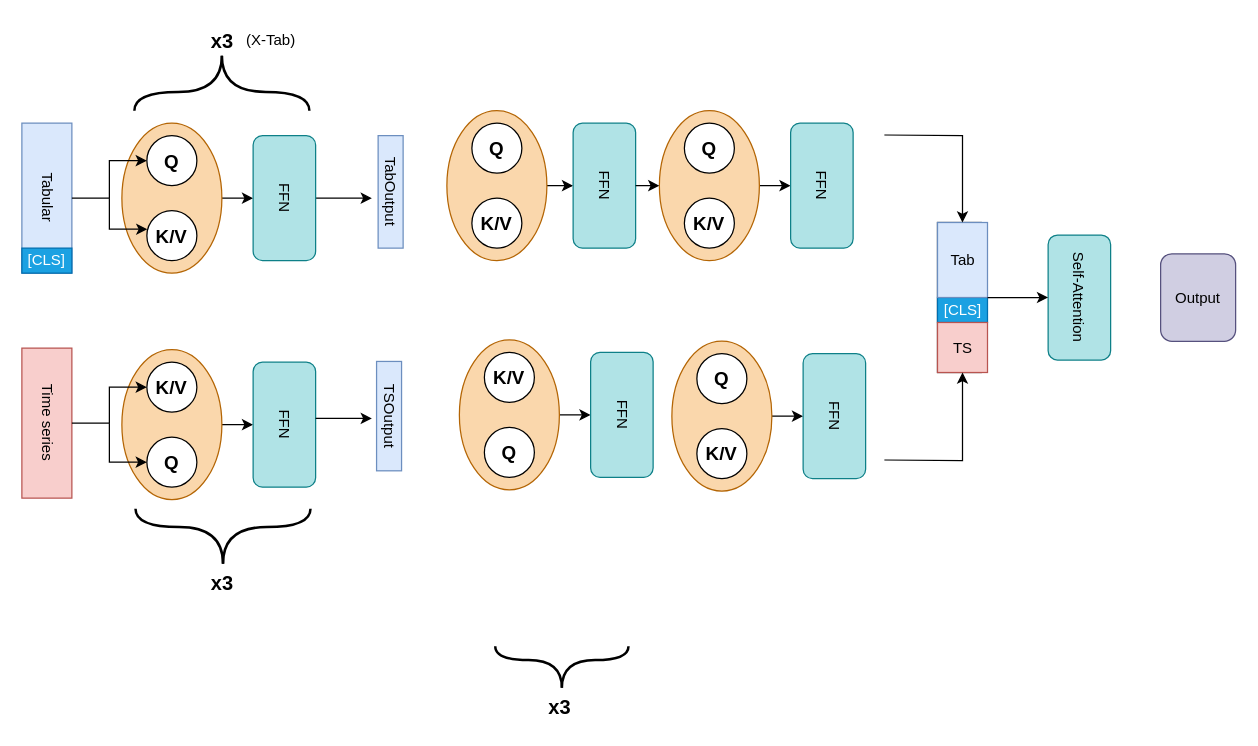
Above: CrossXTab_did.drawio in Jeremstym/MulModVM (draw.io), before the change. Source tidied: cells renumbered, new cells numbered last; positions are measured from the earlier drawing's top-left corner, leaving out a move shared by most shapes. Both pictures are drawn from the tidied source at 125%, with x=0, y=0 at pixel (21, 21).
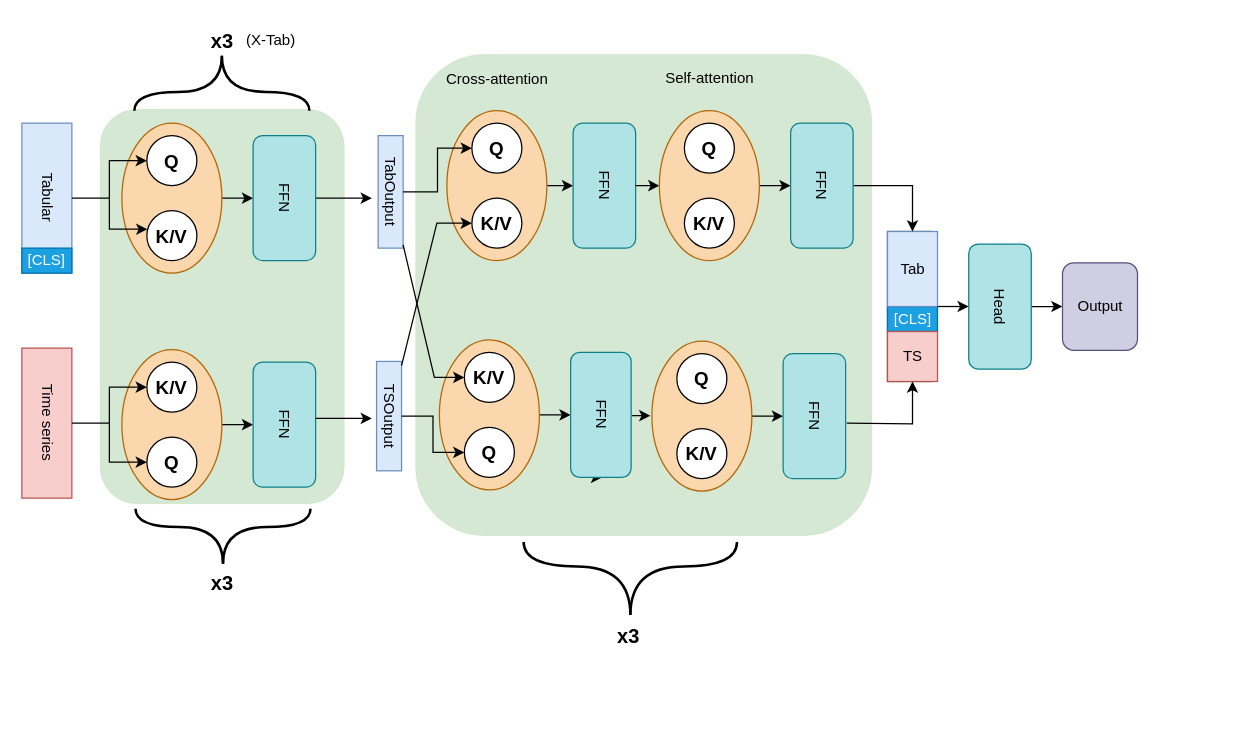
Above is the later version.

Commit message (it also covers changes not shown here):
Mettre à jour CrossXTab_did.drawio

Unchanged cells that the change refers to:
```xml
<mxCell id="16" value="TabOutput" style="rounded=0;whiteSpace=wrap;html=1;rotation=90;fillColor=#dae8fc;strokeColor=#6c8ebf;" parent="1" vertex="1">
  <mxGeometry x="250" y="126" width="90" height="20" as="geometry" />
</mxCell>
<mxCell id="18" value="TSOutput" style="rounded=0;whiteSpace=wrap;html=1;rotation=90;fillColor=#dae8fc;strokeColor=#6c8ebf;" parent="1" vertex="1">
  <mxGeometry x="250" y="305.4" width="87.5" height="20" as="geometry" />
</mxCell>
<mxCell id="44" value="&lt;font size=&quot;1&quot;&gt;&lt;b style=&quot;font-size: 15px;&quot;&gt;Q&lt;/b&gt;&lt;/font&gt;" style="ellipse;whiteSpace=wrap;html=1;" parent="1" vertex="1">
  <mxGeometry x="360" y="81" width="40" height="40" as="geometry" />
</mxCell>
<mxCell id="45" value="&lt;font size=&quot;1&quot;&gt;&lt;b style=&quot;font-size: 15px;&quot;&gt;K/V&lt;/b&gt;&lt;/font&gt;" style="ellipse;whiteSpace=wrap;html=1;" parent="1" vertex="1">
  <mxGeometry x="360" y="141" width="40" height="40" as="geometry" />
</mxCell>
<mxCell id="59" value="FFN" style="rounded=1;whiteSpace=wrap;html=1;rotation=90;fillColor=#b0e3e6;strokeColor=#0e8088;" parent="1" vertex="1">
  <mxGeometry x="590" y="106" width="100" height="50" as="geometry" />
</mxCell>
```

Change to the diagram source:
```diff
@@
+    <mxCell id="68" style="rounded=1;whiteSpace=wrap;html=1;rotation=90;fillColor=#d5e8d4;strokeColor=#82b366;strokeWidth=0;" parent="1" vertex="1">
+      <mxGeometry x="2.5" y="130" width="315.5" height="195.4" as="geometry" />
+    </mxCell>
+    <mxCell id="69" style="rounded=1;whiteSpace=wrap;html=1;rotation=90;fillColor=#d5e8d4;strokeColor=#82b366;strokeWidth=0;" parent="1" vertex="1">
+      <mxGeometry x="305" y="36" width="385" height="365" as="geometry" />
+    </mxCell>
@@
     <mxCell id="19" style="rounded=0;whiteSpace=wrap;html=1;rotation=90;" parent="1" vertex="1">
-      <mxGeometry x="690" y="203" width="120" height="35" as="geometry" />
+      <mxGeometry x="650" y="210.2" width="120" height="35" as="geometry" />
     </mxCell>
     <mxCell id="20" value="[CLS]" style="rounded=0;whiteSpace=wrap;html=1;fillColor=#1ba1e2;fontColor=#ffffff;strokeColor=#006EAF;" parent="1" vertex="1">
-      <mxGeometry x="732.5" y="220.5" width="40" height="20" as="geometry" />
+      <mxGeometry x="692.5" y="227.7" width="40" height="20" as="geometry" />
     </mxCell>
     <mxCell id="21" value="Tab" style="rounded=0;whiteSpace=wrap;html=1;fillColor=#dae8fc;strokeColor=#6c8ebf;" parent="1" vertex="1">
-      <mxGeometry x="732.5" y="160.5" width="40" height="60" as="geometry" />
+      <mxGeometry x="692.5" y="167.7" width="40" height="60" as="geometry" />
     </mxCell>
     <mxCell id="22" value="TS" style="rounded=0;whiteSpace=wrap;html=1;fillColor=#f8cecc;strokeColor=#b85450;" parent="1" vertex="1">
-      <mxGeometry x="732.5" y="240.5" width="40" height="40" as="geometry" />
+      <mxGeometry x="692.5" y="247.7" width="40" height="40" as="geometry" />
     </mxCell>
-    <mxCell id="23" style="endArrow=classic;html=1;rounded=0;edgeStyle=orthogonalEdgeStyle;entryX=0.5;entryY=0;entryDx=0;entryDy=0;" parent="1" edge="1" target="21">
-      <mxGeometry relative="1" as="geometry">
-        <mxPoint x="690" y="90.5" as="sourcePoint" />
-      </mxGeometry>
+    <mxCell id="23" style="endArrow=classic;html=1;rounded=0;edgeStyle=orthogonalEdgeStyle;entryX=0.5;entryY=0;entryDx=0;entryDy=0;exitX=0.5;exitY=0;exitDx=0;exitDy=0;" parent="1" edge="1" source="59" target="21">
+      <mxGeometry relative="1" as="geometry" />
     </mxCell>
     <mxCell id="24" style="endArrow=classic;html=1;rounded=0;edgeStyle=orthogonalEdgeStyle;entryX=0.5;entryY=1;entryDx=0;entryDy=0;" parent="1" edge="1" target="22">
       <mxGeometry relative="1" as="geometry">
-        <mxPoint x="690" y="350.5" as="sourcePoint" />
+        <mxPoint x="660" y="321" as="sourcePoint" />
       </mxGeometry>
     </mxCell>
+    <mxCell id="70" style="edgeStyle=orthogonalEdgeStyle;rounded=0;jettySize=auto;html=1;" parent="1" edge="1" source="25" target="27">
+      <mxGeometry relative="1" as="geometry" />
+    </mxCell>
-    <mxCell id="25" value="Self-Attention" style="rounded=1;whiteSpace=wrap;html=1;rotation=90;fillColor=#b0e3e6;strokeColor=#0e8088;" parent="1" vertex="1">
-      <mxGeometry x="796" y="195.5" width="100" height="50" as="geometry" />
+    <mxCell id="25" value="Head" style="rounded=1;whiteSpace=wrap;html=1;rotation=90;fillColor=#b0e3e6;strokeColor=#0e8088;" parent="1" vertex="1">
+      <mxGeometry x="732.5" y="202.7" width="100" height="50" as="geometry" />
     </mxCell>
     <mxCell id="26" style="endArrow=classic;html=1;rounded=0;entryX=0.5;entryY=1;entryDx=0;entryDy=0;" parent="1" edge="1" target="25">
       <mxGeometry relative="1" as="geometry">
-        <mxPoint x="772.5" y="220.5" as="sourcePoint" />
+        <mxPoint x="732.5" y="227.7" as="sourcePoint" />
       </mxGeometry>
     </mxCell>
     <mxCell id="27" value="Output" style="rounded=1;whiteSpace=wrap;html=1;fillColor=#d0cee2;strokeColor=#56517e;" parent="1" vertex="1">
-      <mxGeometry x="911" y="185.5" width="60" height="70" as="geometry" />
+      <mxGeometry x="832.5" y="192.7" width="60" height="70" as="geometry" />
     </mxCell>
@@
     <mxCell id="33" style="group;rotation=-90;" parent="1" vertex="1">
-      <mxGeometry x="413" y="456" width="40" height="88.8" as="geometry" />
+      <mxGeometry x="490" y="261" width="64" height="155.8" as="geometry" />
     </mxCell>
     <mxCell id="34" style="endArrow=none;html=1;rounded=0;fontStyle=1;edgeStyle=orthogonalEdgeStyle;curved=1;strokeWidth=2;" parent="33" edge="1">
       <mxGeometry relative="1" as="geometry">
-        <mxPoint x="19" y="76.7" as="sourcePoint" />
-        <mxPoint x="-34.3" y="43.4" as="targetPoint" />
+        <mxPoint x="-3.2" y="213.5" as="sourcePoint" />
+        <mxPoint x="-88.6" y="155.1" as="targetPoint" />
         <Array as="points">
-          <mxPoint x="19" y="54.5" />
-          <mxPoint x="-34.3" y="54.5" />
+          <mxPoint x="-3.2" y="174.6" />
+          <mxPoint x="-88.6" y="174.6" />
         </Array>
       </mxGeometry>
     </mxCell>
     <mxCell id="35" style="endArrow=none;html=1;rounded=0;edgeStyle=orthogonalEdgeStyle;curved=1;strokeWidth=2;" parent="33" edge="1">
       <mxGeometry relative="1" as="geometry">
-        <mxPoint x="19" y="76.7" as="sourcePoint" />
-        <mxPoint x="72.3" y="43.4" as="targetPoint" />
+        <mxPoint x="-3.2" y="213.5" as="sourcePoint" />
+        <mxPoint x="82.1" y="155.1" as="targetPoint" />
         <Array as="points">
-          <mxPoint x="19" y="54.5" />
-          <mxPoint x="72.3" y="54.5" />
+          <mxPoint x="-3.2" y="174.6" />
+          <mxPoint x="82.1" y="174.6" />
         </Array>
       </mxGeometry>
     </mxCell>
     <mxCell id="36" value="&lt;b style=&quot;font-size: 16px;&quot;&gt;x3&lt;/b&gt;" style="text;html=1;align=center;verticalAlign=middle;strokeColor=none;fillColor=none;" parent="1" vertex="1">
-      <mxGeometry x="410" y="533" width="40" height="30" as="geometry" />
+      <mxGeometry x="465" y="476" width="40" height="30" as="geometry" />
     </mxCell>
@@
     <mxCell id="51" style="ellipse;whiteSpace=wrap;html=1;rotation=90;fillColor=#fad7ac;strokeColor=#b46504;" parent="1" vertex="1">
-      <mxGeometry x="330" y="274.4" width="120" height="80" as="geometry" />
+      <mxGeometry x="314" y="274.4" width="120" height="80" as="geometry" />
     </mxCell>
     <mxCell id="52" value="&lt;font size=&quot;1&quot;&gt;&lt;b style=&quot;font-size: 15px;&quot;&gt;K/V&lt;/b&gt;&lt;/font&gt;" style="ellipse;whiteSpace=wrap;html=1;" parent="1" vertex="1">
-      <mxGeometry x="370" y="264.4" width="40" height="40" as="geometry" />
+      <mxGeometry x="354" y="264.4" width="40" height="40" as="geometry" />
     </mxCell>
     <mxCell id="53" value="&lt;font size=&quot;1&quot;&gt;&lt;b style=&quot;font-size: 15px;&quot;&gt;Q&lt;/b&gt;&lt;/font&gt;" style="ellipse;whiteSpace=wrap;html=1;" parent="1" vertex="1">
-      <mxGeometry x="370" y="324.4" width="40" height="40" as="geometry" />
+      <mxGeometry x="354" y="324.4" width="40" height="40" as="geometry" />
     </mxCell>
@@
     <mxCell id="55" style="ellipse;whiteSpace=wrap;html=1;rotation=90;fillColor=#fad7ac;strokeColor=#b46504;" parent="1" vertex="1">
-      <mxGeometry x="500" y="275.4" width="120" height="80" as="geometry" />
+      <mxGeometry x="484" y="275.4" width="120" height="80" as="geometry" />
     </mxCell>
     <mxCell id="56" value="&lt;font size=&quot;1&quot;&gt;&lt;b style=&quot;font-size: 15px;&quot;&gt;Q&lt;/b&gt;&lt;/font&gt;" style="ellipse;whiteSpace=wrap;html=1;" parent="1" vertex="1">
-      <mxGeometry x="540" y="265.4" width="40" height="40" as="geometry" />
+      <mxGeometry x="524" y="265.4" width="40" height="40" as="geometry" />
     </mxCell>
     <mxCell id="57" value="&lt;font size=&quot;1&quot;&gt;&lt;b style=&quot;font-size: 15px;&quot;&gt;K/V&lt;/b&gt;&lt;/font&gt;" style="ellipse;whiteSpace=wrap;html=1;" parent="1" vertex="1">
-      <mxGeometry x="540" y="325.4" width="40" height="40" as="geometry" />
+      <mxGeometry x="524" y="325.4" width="40" height="40" as="geometry" />
     </mxCell>
@@
     <mxCell id="60" style="edgeStyle=orthogonalEdgeStyle;rounded=0;jettySize=auto;html=1;exitX=1;exitY=0.5;exitDx=0;exitDy=0;" parent="1" edge="1" source="61">
       <mxGeometry relative="1" as="geometry">
-        <mxPoint x="480.2" y="364.8" as="targetPoint" />
+        <mxPoint x="464.2" y="364.8" as="targetPoint" />
       </mxGeometry>
     </mxCell>
     <mxCell id="61" value="FFN" style="rounded=1;whiteSpace=wrap;html=1;rotation=90;fillColor=#b0e3e6;strokeColor=#0e8088;" parent="1" vertex="1">
-      <mxGeometry x="430" y="289.4" width="100" height="50" as="geometry" />
+      <mxGeometry x="413.2" y="290.2" width="100" height="48.4" as="geometry" />
     </mxCell>
     <mxCell id="62" value="FFN" style="rounded=1;whiteSpace=wrap;html=1;rotation=90;fillColor=#b0e3e6;strokeColor=#0e8088;" parent="1" vertex="1">
-      <mxGeometry x="600" y="290.4" width="100" height="50" as="geometry" />
+      <mxGeometry x="584" y="290.4" width="100" height="50" as="geometry" />
     </mxCell>
@@
+    <mxCell id="71" style="edgeStyle=orthogonalEdgeStyle;rounded=0;jettySize=auto;html=1;entryX=0;entryY=0.5;entryDx=0;entryDy=0;" parent="1" edge="1" source="16" target="44">
+      <mxGeometry relative="1" as="geometry" />
+    </mxCell>
+    <mxCell id="72" style="edgeStyle=orthogonalEdgeStyle;rounded=0;jettySize=auto;html=1;entryX=0;entryY=0.5;entryDx=0;entryDy=0;" parent="1" edge="1" source="16" target="52">
+      <mxGeometry relative="1" as="geometry">
+        <Array as="points">
+          <mxPoint x="330" y="284" />
+        </Array>
+      </mxGeometry>
+    </mxCell>
+    <mxCell id="73" style="edgeStyle=orthogonalEdgeStyle;rounded=0;jettySize=auto;html=1;entryX=0;entryY=0.5;entryDx=0;entryDy=0;" parent="1" edge="1" source="18" target="45">
+      <mxGeometry relative="1" as="geometry">
+        <Array as="points">
+          <mxPoint x="332" y="161" />
+        </Array>
+      </mxGeometry>
+    </mxCell>
+    <mxCell id="74" value="Cross-attention" style="text;html=1;align=center;verticalAlign=middle;strokeColor=none;fillColor=none;" parent="1" vertex="1">
+      <mxGeometry x="330" y="31" width="100" height="30" as="geometry" />
+    </mxCell>
+    <mxCell id="75" value="Self-attention" style="text;html=1;align=center;verticalAlign=middle;strokeColor=none;fillColor=none;" parent="1" vertex="1">
+      <mxGeometry x="505" y="30" width="90" height="30" as="geometry" />
+    </mxCell>
+    <mxCell id="76" style="edgeStyle=orthogonalEdgeStyle;rounded=0;jettySize=auto;html=1;entryX=0.49;entryY=1.015;entryDx=0;entryDy=0;entryPerimeter=0;" parent="1" edge="1" target="55">
+      <mxGeometry relative="1" as="geometry">
+        <mxPoint x="488" y="315" as="sourcePoint" />
+      </mxGeometry>
+    </mxCell>
+    <mxCell id="77" style="edgeStyle=orthogonalEdgeStyle;rounded=0;jettySize=auto;html=1;entryX=0;entryY=0.5;entryDx=0;entryDy=0;" parent="1" edge="1" source="18" target="53">
+      <mxGeometry relative="1" as="geometry" />
+    </mxCell>
```
